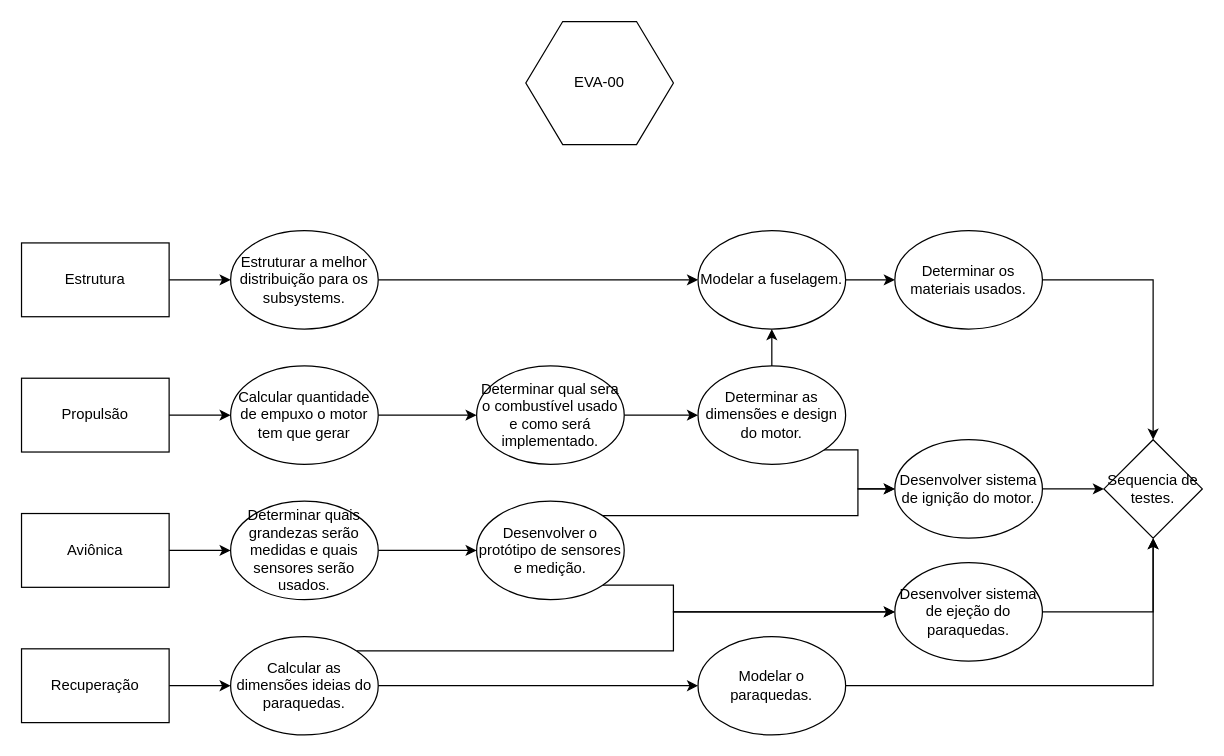
The draw.io diagram eva-00.drawio in freedxmgxd/Evangelion-Unidade-00, before the edit. Source tidied: cells renumbered, new cells numbered last; positions are measured from the earlier drawing's top-left corner, leaving out a move shared by most shapes. Both pictures are drawn from the tidied source at 123%, with x=0, y=0 at pixel (21, 21).
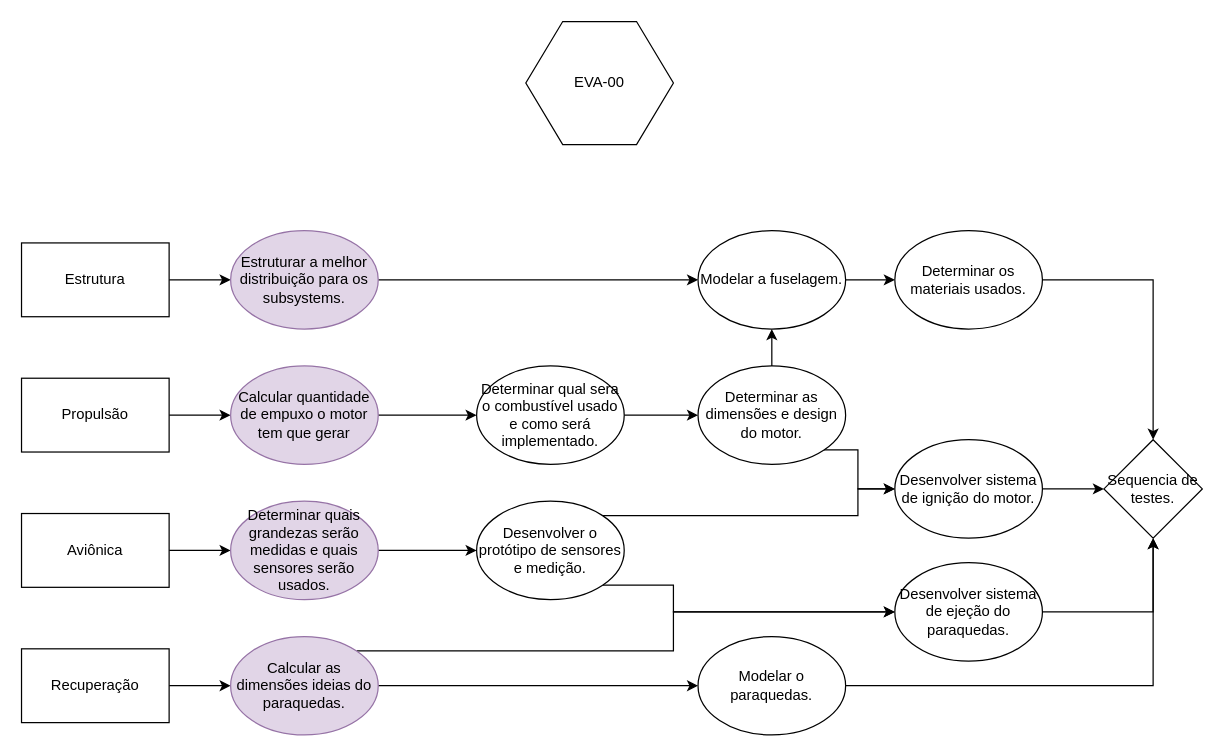
The same page after the edit.

The edit, as a diff of the source:
```diff
@@
-    <mxCell id="13" value="Calcular as dimensões ideias do paraquedas." style="ellipse;whiteSpace=wrap;html=1;" parent="1" vertex="1">
+    <mxCell id="13" value="Calcular as dimensões ideias do paraquedas." style="ellipse;whiteSpace=wrap;html=1;fillColor=#e1d5e7;strokeColor=#9673a6;" parent="1" vertex="1">
       <mxGeometry x="170" y="500" width="120" height="80" as="geometry" />
     </mxCell>
@@
-    <mxCell id="15" value="Determinar quais grandezas serão medidas e quais sensores serão usados." style="ellipse;whiteSpace=wrap;html=1;" parent="1" vertex="1">
+    <mxCell id="15" value="Determinar quais grandezas serão medidas e quais sensores serão usados." style="ellipse;whiteSpace=wrap;html=1;fillColor=#e1d5e7;strokeColor=#9673a6;" parent="1" vertex="1">
       <mxGeometry x="170" y="390" width="120" height="80" as="geometry" />
     </mxCell>
@@
-    <mxCell id="19" value="Calcular quantidade de empuxo o motor tem que gerar" style="ellipse;whiteSpace=wrap;html=1;" parent="1" vertex="1">
+    <mxCell id="19" value="Calcular quantidade de empuxo o motor tem que gerar" style="ellipse;whiteSpace=wrap;html=1;fillColor=#e1d5e7;strokeColor=#9673a6;" parent="1" vertex="1">
       <mxGeometry x="170" y="280" width="120" height="80" as="geometry" />
     </mxCell>
@@
-    <mxCell id="26" value="Estruturar a melhor distribuição para os subsystems." style="ellipse;whiteSpace=wrap;html=1;" parent="1" vertex="1">
+    <mxCell id="26" value="Estruturar a melhor distribuição para os subsystems." style="ellipse;whiteSpace=wrap;html=1;fillColor=#e1d5e7;strokeColor=#9673a6;" parent="1" vertex="1">
       <mxGeometry x="170" y="170" width="120" height="80" as="geometry" />
     </mxCell>
```
